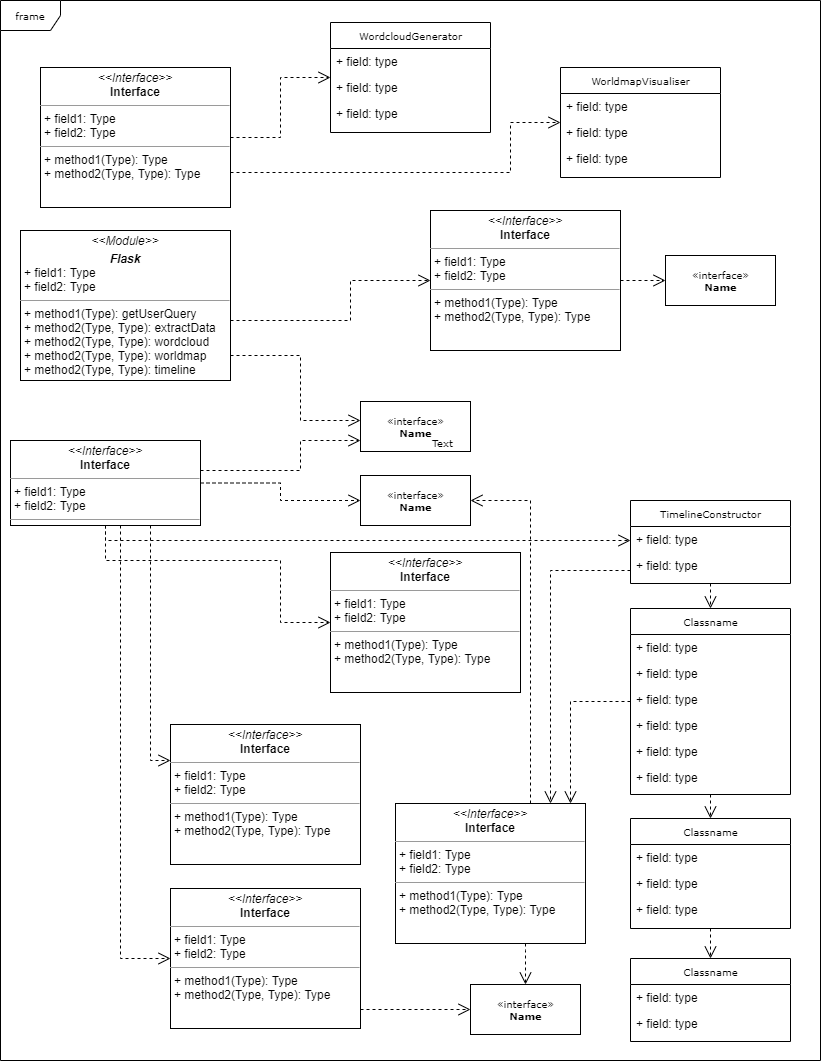
The draw.io diagram Documentation/Design/GIFT-UML-Diagram.png in John8790909/Generating-Infographics-from-Text, before a commit. Source tidied: cells renumbered, new cells last; positions are measured from the earlier drawing's top-left corner, leaving out a move shared by most shapes.
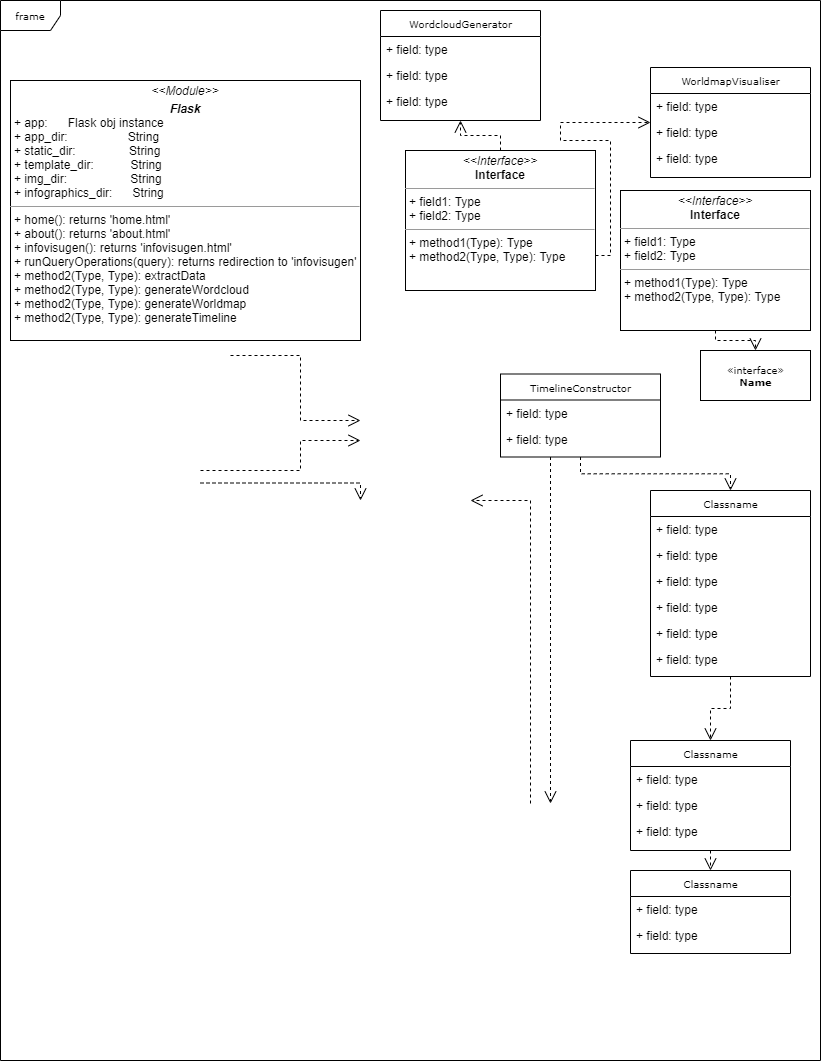
After the commit.

The edit, as a diff of the source:
```diff
@@ -7,9 +7,2 @@
     </mxCell>
-    <mxCell id="3" style="edgeStyle=orthogonalEdgeStyle;rounded=0;html=1;dashed=1;labelBackgroundColor=none;startFill=0;endArrow=open;endFill=0;endSize=10;fontFamily=Verdana;fontSize=10;" parent="1" edge="1" source="5" target="35">
-      <mxGeometry relative="1" as="geometry">
-        <Array as="points">
-          <mxPoint x="570" y="701" />
-        </Array>
-      </mxGeometry>
-    </mxCell>
     <mxCell id="4" style="edgeStyle=orthogonalEdgeStyle;rounded=0;html=1;dashed=1;labelBackgroundColor=none;startFill=0;endArrow=open;endFill=0;endSize=10;fontFamily=Verdana;fontSize=10;" parent="1" edge="1" source="5" target="24">
@@ -18,3 +11,3 @@
     <mxCell id="5" value="Classname" style="swimlane;html=1;fontStyle=0;horizontal=1;startSize=26;fillColor=none;swimlaneFillColor=#ffffff;rounded=0;shadow=0;comic=0;labelBackgroundColor=none;strokeWidth=1;fontFamily=Verdana;fontSize=10;align=center;" parent="1" vertex="1">
-      <mxGeometry x="630" y="608" width="160" height="186" as="geometry" />
+      <mxGeometry x="650" y="490" width="160" height="186" as="geometry" />
     </mxCell>
@@ -39,3 +32,3 @@
     <mxCell id="12" value="WordcloudGenerator" style="swimlane;html=1;fontStyle=0;horizontal=1;startSize=26;fillColor=none;swimlaneFillColor=#ffffff;rounded=0;shadow=0;comic=0;labelBackgroundColor=none;strokeWidth=1;fontFamily=Verdana;fontSize=10;align=center;" parent="1" vertex="1">
-      <mxGeometry x="330" y="22" width="160" height="110" as="geometry" />
+      <mxGeometry x="380" y="10" width="160" height="110" as="geometry" />
     </mxCell>
@@ -51,3 +44,3 @@
     <mxCell id="16" value="WorldmapVisualiser" style="swimlane;html=1;fontStyle=0;horizontal=1;startSize=26;fillColor=none;swimlaneFillColor=#ffffff;rounded=0;shadow=0;comic=0;labelBackgroundColor=none;strokeWidth=1;fontFamily=Verdana;fontSize=10;align=center;" parent="1" vertex="1">
-      <mxGeometry x="560" y="67" width="160" height="110" as="geometry" />
+      <mxGeometry x="650" y="67" width="160" height="110" as="geometry" />
     </mxCell>
@@ -63,3 +56,3 @@
     <mxCell id="20" value="Classname" style="swimlane;html=1;fontStyle=0;horizontal=1;startSize=26;fillColor=none;swimlaneFillColor=#ffffff;rounded=0;shadow=0;comic=0;labelBackgroundColor=none;strokeWidth=1;fontFamily=Verdana;fontSize=10;align=center;" parent="1" vertex="1">
-      <mxGeometry x="630" y="958" width="160" height="83" as="geometry" />
+      <mxGeometry x="630" y="870" width="160" height="83" as="geometry" />
     </mxCell>
@@ -75,3 +68,3 @@
     <mxCell id="24" value="Classname" style="swimlane;html=1;fontStyle=0;horizontal=1;startSize=26;fillColor=none;swimlaneFillColor=#ffffff;rounded=0;shadow=0;comic=0;labelBackgroundColor=none;strokeWidth=1;fontFamily=Verdana;fontSize=10;align=center;" parent="1" vertex="1">
-      <mxGeometry x="630" y="818" width="160" height="110" as="geometry" />
+      <mxGeometry x="630" y="740" width="160" height="110" as="geometry" />
     </mxCell>
@@ -90,3 +83,3 @@
     <mxCell id="29" value="TimelineConstructor" style="swimlane;html=1;fontStyle=0;horizontal=1;startSize=26;fillColor=none;swimlaneFillColor=#ffffff;rounded=0;shadow=0;comic=0;labelBackgroundColor=none;strokeWidth=1;fontFamily=Verdana;fontSize=10;align=center;" parent="1" vertex="1">
-      <mxGeometry x="630" y="500" width="160" height="83" as="geometry" />
+      <mxGeometry x="500" y="373.5" width="160" height="83" as="geometry" />
     </mxCell>
@@ -98,15 +91,6 @@
     </mxCell>
-    <mxCell id="32" value="&amp;laquo;interface&amp;raquo;&lt;br&gt;&lt;b&gt;Name&lt;/b&gt;" style="html=1;rounded=0;shadow=0;comic=0;labelBackgroundColor=none;strokeWidth=1;fontFamily=Verdana;fontSize=10;align=center;" parent="1" vertex="1">
-      <mxGeometry x="470" y="984" width="110" height="50" as="geometry" />
-    </mxCell>
-    <mxCell id="33" style="edgeStyle=orthogonalEdgeStyle;rounded=0;html=1;dashed=1;labelBackgroundColor=none;startFill=0;endArrow=open;endFill=0;endSize=10;fontFamily=Verdana;fontSize=10;" parent="1" edge="1" source="35" target="32">
-      <mxGeometry relative="1" as="geometry">
-        <Array as="points">
-          <mxPoint x="525" y="950" />
-          <mxPoint x="525" y="950" />
-        </Array>
-      </mxGeometry>
-    </mxCell>
-    <mxCell id="34" style="edgeStyle=orthogonalEdgeStyle;rounded=0;html=1;dashed=1;labelBackgroundColor=none;startFill=0;endArrow=open;endFill=0;endSize=10;fontFamily=Verdana;fontSize=10;" parent="1" edge="1" source="35" target="40">
+    <mxCell id="34" style="edgeStyle=orthogonalEdgeStyle;rounded=0;html=1;dashed=1;labelBackgroundColor=none;startFill=0;endArrow=open;endFill=0;endSize=10;fontFamily=Verdana;fontSize=10;" parent="1" edge="1">
       <mxGeometry relative="1" as="geometry">
+        <mxPoint x="530" y="803" as="sourcePoint" />
+        <mxPoint x="470" y="500" as="targetPoint" />
         <Array as="points">
@@ -116,28 +100,2 @@
     </mxCell>
-    <mxCell id="35" value="&lt;p style=&quot;margin:0px;margin-top:4px;text-align:center;&quot;&gt;&lt;i&gt;&amp;lt;&amp;lt;Interface&amp;gt;&amp;gt;&lt;/i&gt;&lt;br/&gt;&lt;b&gt;Interface&lt;/b&gt;&lt;/p&gt;&lt;hr size=&quot;1&quot;/&gt;&lt;p style=&quot;margin:0px;margin-left:4px;&quot;&gt;+ field1: Type&lt;br/&gt;+ field2: Type&lt;/p&gt;&lt;hr size=&quot;1&quot;/&gt;&lt;p style=&quot;margin:0px;margin-left:4px;&quot;&gt;+ method1(Type): Type&lt;br/&gt;+ method2(Type, Type): Type&lt;/p&gt;" style="verticalAlign=top;align=left;overflow=fill;fontSize=12;fontFamily=Helvetica;html=1;rounded=0;shadow=0;comic=0;labelBackgroundColor=none;strokeWidth=1;" parent="1" vertex="1">
-      <mxGeometry x="395" y="803" width="190" height="140" as="geometry" />
-    </mxCell>
-    <mxCell id="36" value="&lt;p style=&quot;margin:0px;margin-top:4px;text-align:center;&quot;&gt;&lt;i&gt;&amp;lt;&amp;lt;Interface&amp;gt;&amp;gt;&lt;/i&gt;&lt;br/&gt;&lt;b&gt;Interface&lt;/b&gt;&lt;/p&gt;&lt;hr size=&quot;1&quot;/&gt;&lt;p style=&quot;margin:0px;margin-left:4px;&quot;&gt;+ field1: Type&lt;br/&gt;+ field2: Type&lt;/p&gt;&lt;hr size=&quot;1&quot;/&gt;&lt;p style=&quot;margin:0px;margin-left:4px;&quot;&gt;+ method1(Type): Type&lt;br/&gt;+ method2(Type, Type): Type&lt;/p&gt;" style="verticalAlign=top;align=left;overflow=fill;fontSize=12;fontFamily=Helvetica;html=1;rounded=0;shadow=0;comic=0;labelBackgroundColor=none;strokeWidth=1;" parent="1" vertex="1">
-      <mxGeometry x="330" y="552" width="190" height="140" as="geometry" />
-    </mxCell>
-    <mxCell id="37" style="edgeStyle=orthogonalEdgeStyle;rounded=0;html=1;dashed=1;labelBackgroundColor=none;startFill=0;endArrow=open;endFill=0;endSize=10;fontFamily=Verdana;fontSize=10;" parent="1" edge="1" source="38" target="32">
-      <mxGeometry relative="1" as="geometry">
-        <Array as="points">
-          <mxPoint x="390" y="1009" />
-          <mxPoint x="390" y="1009" />
-        </Array>
-      </mxGeometry>
-    </mxCell>
-    <mxCell id="38" value="&lt;p style=&quot;margin:0px;margin-top:4px;text-align:center;&quot;&gt;&lt;i&gt;&amp;lt;&amp;lt;Interface&amp;gt;&amp;gt;&lt;/i&gt;&lt;br/&gt;&lt;b&gt;Interface&lt;/b&gt;&lt;/p&gt;&lt;hr size=&quot;1&quot;/&gt;&lt;p style=&quot;margin:0px;margin-left:4px;&quot;&gt;+ field1: Type&lt;br/&gt;+ field2: Type&lt;/p&gt;&lt;hr size=&quot;1&quot;/&gt;&lt;p style=&quot;margin:0px;margin-left:4px;&quot;&gt;+ method1(Type): Type&lt;br/&gt;+ method2(Type, Type): Type&lt;/p&gt;" style="verticalAlign=top;align=left;overflow=fill;fontSize=12;fontFamily=Helvetica;html=1;rounded=0;shadow=0;comic=0;labelBackgroundColor=none;strokeWidth=1;" parent="1" vertex="1">
-      <mxGeometry x="170" y="888" width="190" height="140" as="geometry" />
-    </mxCell>
-    <mxCell id="39" value="&lt;p style=&quot;margin:0px;margin-top:4px;text-align:center;&quot;&gt;&lt;i&gt;&amp;lt;&amp;lt;Interface&amp;gt;&amp;gt;&lt;/i&gt;&lt;br/&gt;&lt;b&gt;Interface&lt;/b&gt;&lt;/p&gt;&lt;hr size=&quot;1&quot;/&gt;&lt;p style=&quot;margin:0px;margin-left:4px;&quot;&gt;+ field1: Type&lt;br/&gt;+ field2: Type&lt;/p&gt;&lt;hr size=&quot;1&quot;/&gt;&lt;p style=&quot;margin:0px;margin-left:4px;&quot;&gt;+ method1(Type): Type&lt;br/&gt;+ method2(Type, Type): Type&lt;/p&gt;" style="verticalAlign=top;align=left;overflow=fill;fontSize=12;fontFamily=Helvetica;html=1;rounded=0;shadow=0;comic=0;labelBackgroundColor=none;strokeWidth=1;" parent="1" vertex="1">
-      <mxGeometry x="170" y="724" width="190" height="140" as="geometry" />
-    </mxCell>
-    <mxCell id="40" value="&amp;laquo;interface&amp;raquo;&lt;br&gt;&lt;b&gt;Name&lt;/b&gt;" style="html=1;rounded=0;shadow=0;comic=0;labelBackgroundColor=none;strokeWidth=1;fontFamily=Verdana;fontSize=10;align=center;" parent="1" vertex="1">
-      <mxGeometry x="360" y="475" width="110" height="50" as="geometry" />
-    </mxCell>
-    <mxCell id="41" value="&amp;laquo;interface&amp;raquo;&lt;br&gt;&lt;b&gt;Name&lt;/b&gt;" style="html=1;rounded=0;shadow=0;comic=0;labelBackgroundColor=none;strokeWidth=1;fontFamily=Verdana;fontSize=10;align=center;" parent="1" vertex="1">
-      <mxGeometry x="360" y="401" width="110" height="50" as="geometry" />
-    </mxCell>
     <mxCell id="42" style="edgeStyle=orthogonalEdgeStyle;rounded=0;html=1;dashed=1;labelBackgroundColor=none;startFill=0;endArrow=open;endFill=0;endSize=10;fontFamily=Verdana;fontSize=10;" parent="1" edge="1" source="43" target="45">
@@ -146,9 +104,6 @@
     <mxCell id="43" value="&lt;p style=&quot;margin:0px;margin-top:4px;text-align:center;&quot;&gt;&lt;i&gt;&amp;lt;&amp;lt;Interface&amp;gt;&amp;gt;&lt;/i&gt;&lt;br/&gt;&lt;b&gt;Interface&lt;/b&gt;&lt;/p&gt;&lt;hr size=&quot;1&quot;/&gt;&lt;p style=&quot;margin:0px;margin-left:4px;&quot;&gt;+ field1: Type&lt;br/&gt;+ field2: Type&lt;/p&gt;&lt;hr size=&quot;1&quot;/&gt;&lt;p style=&quot;margin:0px;margin-left:4px;&quot;&gt;+ method1(Type): Type&lt;br/&gt;+ method2(Type, Type): Type&lt;/p&gt;" style="verticalAlign=top;align=left;overflow=fill;fontSize=12;fontFamily=Helvetica;html=1;rounded=0;shadow=0;comic=0;labelBackgroundColor=none;strokeWidth=1;" parent="1" vertex="1">
-      <mxGeometry x="430" y="210" width="190" height="140" as="geometry" />
+      <mxGeometry x="620" y="190" width="190" height="140" as="geometry" />
     </mxCell>
-    <mxCell id="44" value="Text" style="text;html=1;align=left;verticalAlign=top;spacingTop=-4;fontSize=10;fontFamily=Verdana;fontColor=#000000;" parent="1" vertex="1">
-      <mxGeometry x="430" y="434" width="40" height="10" as="geometry" />
-    </mxCell>
     <mxCell id="45" value="&amp;laquo;interface&amp;raquo;&lt;br&gt;&lt;b&gt;Name&lt;/b&gt;" style="html=1;rounded=0;shadow=0;comic=0;labelBackgroundColor=none;strokeWidth=1;fontFamily=Verdana;fontSize=10;align=center;" parent="1" vertex="1">
-      <mxGeometry x="665" y="255" width="110" height="50" as="geometry" />
+      <mxGeometry x="700" y="350" width="110" height="50" as="geometry" />
     </mxCell>
@@ -160,4 +115,6 @@
         <Array as="points">
-          <mxPoint x="510" y="172" />
-          <mxPoint x="510" y="122" />
+          <mxPoint x="610" y="255" />
+          <mxPoint x="610" y="140" />
+          <mxPoint x="560" y="140" />
+          <mxPoint x="560" y="122" />
         </Array>
@@ -166,16 +123,8 @@
     <mxCell id="48" value="&lt;p style=&quot;margin:0px;margin-top:4px;text-align:center;&quot;&gt;&lt;i&gt;&amp;lt;&amp;lt;Interface&amp;gt;&amp;gt;&lt;/i&gt;&lt;br/&gt;&lt;b&gt;Interface&lt;/b&gt;&lt;/p&gt;&lt;hr size=&quot;1&quot;/&gt;&lt;p style=&quot;margin:0px;margin-left:4px;&quot;&gt;+ field1: Type&lt;br/&gt;+ field2: Type&lt;/p&gt;&lt;hr size=&quot;1&quot;/&gt;&lt;p style=&quot;margin:0px;margin-left:4px;&quot;&gt;+ method1(Type): Type&lt;br/&gt;+ method2(Type, Type): Type&lt;/p&gt;" style="verticalAlign=top;align=left;overflow=fill;fontSize=12;fontFamily=Helvetica;html=1;rounded=0;shadow=0;comic=0;labelBackgroundColor=none;strokeWidth=1;" parent="1" vertex="1">
-      <mxGeometry x="40" y="67" width="190" height="140" as="geometry" />
+      <mxGeometry x="405" y="150" width="190" height="140" as="geometry" />
     </mxCell>
-    <mxCell id="49" style="edgeStyle=orthogonalEdgeStyle;rounded=0;html=1;dashed=1;labelBackgroundColor=none;startFill=0;endArrow=open;endFill=0;endSize=10;fontFamily=Verdana;fontSize=10;" parent="1" edge="1" target="43">
-      <mxGeometry relative="1" as="geometry">
-        <mxPoint x="230" y="320" as="sourcePoint" />
-        <Array as="points">
-          <mxPoint x="350" y="320" />
-          <mxPoint x="350" y="280" />
-        </Array>
-      </mxGeometry>
-    </mxCell>
-    <mxCell id="50" style="edgeStyle=orthogonalEdgeStyle;rounded=0;html=1;exitX=1;exitY=0.75;dashed=1;labelBackgroundColor=none;startFill=0;endArrow=open;endFill=0;endSize=10;fontFamily=Verdana;fontSize=10;" parent="1" edge="1" target="41">
+    <mxCell id="50" style="edgeStyle=orthogonalEdgeStyle;rounded=0;html=1;exitX=1;exitY=0.75;dashed=1;labelBackgroundColor=none;startFill=0;endArrow=open;endFill=0;endSize=10;fontFamily=Verdana;fontSize=10;" parent="1" edge="1">
       <mxGeometry relative="1" as="geometry">
         <mxPoint x="230" y="355" as="sourcePoint" />
+        <mxPoint x="360" y="420" as="targetPoint" />
         <Array as="points">
@@ -186,4 +135,6 @@
     </mxCell>
-    <mxCell id="51" style="edgeStyle=orthogonalEdgeStyle;rounded=0;html=1;dashed=1;labelBackgroundColor=none;startFill=0;endArrow=open;endFill=0;endSize=10;fontFamily=Verdana;fontSize=10;" parent="1" edge="1" source="57" target="41">
+    <mxCell id="51" style="edgeStyle=orthogonalEdgeStyle;rounded=0;html=1;dashed=1;labelBackgroundColor=none;startFill=0;endArrow=open;endFill=0;endSize=10;fontFamily=Verdana;fontSize=10;" parent="1" edge="1">
       <mxGeometry relative="1" as="geometry">
+        <mxPoint x="200" y="470" as="sourcePoint" />
+        <mxPoint x="360" y="440" as="targetPoint" />
         <Array as="points">
@@ -194,40 +145,11 @@
     </mxCell>
-    <mxCell id="52" style="edgeStyle=orthogonalEdgeStyle;rounded=0;html=1;dashed=1;labelBackgroundColor=none;startFill=0;endArrow=open;endFill=0;endSize=10;fontFamily=Verdana;fontSize=10;" parent="1" edge="1" source="57" target="40">
-      <mxGeometry relative="1" as="geometry" />
+    <mxCell id="52" style="edgeStyle=orthogonalEdgeStyle;rounded=0;html=1;dashed=1;labelBackgroundColor=none;startFill=0;endArrow=open;endFill=0;endSize=10;fontFamily=Verdana;fontSize=10;" parent="1" edge="1">
+      <mxGeometry relative="1" as="geometry">
+        <mxPoint x="200" y="482.5" as="sourcePoint" />
+        <mxPoint x="360" y="500" as="targetPoint" />
+      </mxGeometry>
     </mxCell>
-    <mxCell id="53" style="edgeStyle=orthogonalEdgeStyle;rounded=0;html=1;dashed=1;labelBackgroundColor=none;startFill=0;endArrow=open;endFill=0;endSize=10;fontFamily=Verdana;fontSize=10;" parent="1" edge="1" source="57" target="36">
-      <mxGeometry relative="1" as="geometry">
-        <Array as="points">
-          <mxPoint x="280" y="560" />
-          <mxPoint x="280" y="622" />
-        </Array>
-      </mxGeometry>
-    </mxCell>
-    <mxCell id="54" style="edgeStyle=orthogonalEdgeStyle;rounded=0;html=1;dashed=1;labelBackgroundColor=none;startFill=0;endArrow=open;endFill=0;endSize=10;fontFamily=Verdana;fontSize=10;" parent="1" edge="1" source="57" target="29">
-      <mxGeometry relative="1" as="geometry">
-        <Array as="points">
-          <mxPoint x="330" y="540" />
-          <mxPoint x="330" y="540" />
-        </Array>
-      </mxGeometry>
-    </mxCell>
-    <mxCell id="55" style="edgeStyle=orthogonalEdgeStyle;rounded=0;html=1;dashed=1;labelBackgroundColor=none;startFill=0;endArrow=open;endFill=0;endSize=10;fontFamily=Verdana;fontSize=10;" parent="1" edge="1" source="57" target="39">
-      <mxGeometry relative="1" as="geometry">
-        <Array as="points">
-          <mxPoint x="150" y="760" />
-        </Array>
-      </mxGeometry>
-    </mxCell>
-    <mxCell id="56" style="edgeStyle=orthogonalEdgeStyle;rounded=0;html=1;dashed=1;labelBackgroundColor=none;startFill=0;endArrow=open;endFill=0;endSize=10;fontFamily=Verdana;fontSize=10;" parent="1" edge="1" source="57" target="38">
-      <mxGeometry relative="1" as="geometry">
-        <Array as="points">
-          <mxPoint x="120" y="958" />
-        </Array>
-      </mxGeometry>
-    </mxCell>
-    <mxCell id="57" value="&lt;p style=&quot;margin:0px;margin-top:4px;text-align:center;&quot;&gt;&lt;i&gt;&amp;lt;&amp;lt;Interface&amp;gt;&amp;gt;&lt;/i&gt;&lt;br/&gt;&lt;b&gt;Interface&lt;/b&gt;&lt;/p&gt;&lt;hr size=&quot;1&quot;/&gt;&lt;p style=&quot;margin:0px;margin-left:4px;&quot;&gt;+ field1: Type&lt;br/&gt;+ field2: Type&lt;/p&gt;&lt;hr size=&quot;1&quot;/&gt;&lt;p style=&quot;margin:0px;margin-left:4px;&quot;&gt;+ method1(Type): Type&lt;br/&gt;+ method2(Type, Type): Type&lt;/p&gt;" style="verticalAlign=top;align=left;overflow=fill;fontSize=12;fontFamily=Helvetica;html=1;rounded=0;shadow=0;comic=0;labelBackgroundColor=none;strokeWidth=1;" parent="1" vertex="1">
-      <mxGeometry x="10" y="440" width="190" height="85" as="geometry" />
-    </mxCell>
-    <mxCell id="58" style="edgeStyle=orthogonalEdgeStyle;rounded=0;html=1;dashed=1;labelBackgroundColor=none;startFill=0;endArrow=open;endFill=0;endSize=10;fontFamily=Verdana;fontSize=10;" parent="1" edge="1" source="29" target="35">
+    <mxCell id="58" style="edgeStyle=orthogonalEdgeStyle;rounded=0;html=1;dashed=1;labelBackgroundColor=none;startFill=0;endArrow=open;endFill=0;endSize=10;fontFamily=Verdana;fontSize=10;" parent="1" edge="1" source="29">
       <mxGeometry relative="1" as="geometry">
+        <mxPoint x="550" y="803" as="targetPoint" />
         <Array as="points">
@@ -237,4 +159,4 @@
     </mxCell>
-    <mxCell id="59" value="&lt;p style=&quot;margin: 0px ; margin-top: 4px ; text-align: center&quot;&gt;&lt;i&gt;&amp;lt;&amp;lt;Module&amp;gt;&amp;gt;&lt;/i&gt;&lt;/p&gt;&lt;p style=&quot;margin: 0px ; margin-top: 4px ; text-align: center&quot;&gt;&lt;i&gt;&lt;b&gt;Flask&lt;/b&gt;&lt;/i&gt;&lt;br&gt;&lt;/p&gt;&lt;p style=&quot;margin: 0px ; margin-left: 4px&quot;&gt;+ field1: Type&lt;br&gt;+ field2: Type&lt;/p&gt;&lt;hr size=&quot;1&quot;&gt;&lt;p style=&quot;margin: 0px ; margin-left: 4px&quot;&gt;+ method1(Type): getUserQuery&lt;br&gt;+ method2(Type, Type): extractData&lt;/p&gt;&lt;p style=&quot;margin: 0px ; margin-left: 4px&quot;&gt;+ method2(Type, Type): wordcloud&lt;/p&gt;&lt;p style=&quot;margin: 0px ; margin-left: 4px&quot;&gt;+ method2(Type, Type): worldmap&lt;/p&gt;&lt;p style=&quot;margin: 0px ; margin-left: 4px&quot;&gt;+ method2(Type, Type): timeline&lt;/p&gt;&lt;p style=&quot;margin: 0px ; margin-left: 4px&quot;&gt;&lt;br&gt;&lt;/p&gt;" style="verticalAlign=top;align=left;overflow=fill;fontSize=12;fontFamily=Helvetica;html=1;rounded=0;shadow=0;comic=0;labelBackgroundColor=none;strokeWidth=1;" parent="1" vertex="1">
-      <mxGeometry x="20" y="230" width="210" height="150" as="geometry" />
+    <mxCell id="59" value="&lt;p style=&quot;margin: 0px ; margin-top: 4px ; text-align: center&quot;&gt;&lt;i&gt;&amp;lt;&amp;lt;Module&amp;gt;&amp;gt;&lt;/i&gt;&lt;/p&gt;&lt;p style=&quot;margin: 0px ; margin-top: 4px ; text-align: center&quot;&gt;&lt;i&gt;&lt;b&gt;Flask&lt;/b&gt;&lt;/i&gt;&lt;br&gt;&lt;/p&gt;&lt;p style=&quot;margin: 0px ; margin-left: 4px&quot;&gt;+ app:&amp;nbsp; &amp;nbsp; &amp;nbsp; Flask obj instance&lt;br&gt;+ app_dir:&amp;nbsp; &amp;nbsp; &amp;nbsp; &amp;nbsp; &amp;nbsp; &amp;nbsp; &amp;nbsp; &amp;nbsp; &amp;nbsp; String&lt;/p&gt;&lt;p style=&quot;margin: 0px ; margin-left: 4px&quot;&gt;+ static_dir:&amp;nbsp; &amp;nbsp; &amp;nbsp; &amp;nbsp; &amp;nbsp; &amp;nbsp; &amp;nbsp; &amp;nbsp; String&lt;/p&gt;&lt;p style=&quot;margin: 0px ; margin-left: 4px&quot;&gt;+ template_dir:&amp;nbsp; &amp;nbsp; &amp;nbsp; &amp;nbsp; &amp;nbsp; &amp;nbsp;String&lt;/p&gt;&lt;p style=&quot;margin: 0px ; margin-left: 4px&quot;&gt;+ img_dir:&amp;nbsp; &amp;nbsp; &amp;nbsp; &amp;nbsp; &amp;nbsp; &amp;nbsp; &amp;nbsp; &amp;nbsp; &amp;nbsp; &amp;nbsp;String&lt;/p&gt;&lt;p style=&quot;margin: 0px ; margin-left: 4px&quot;&gt;+ infographics_dir:&amp;nbsp; &amp;nbsp; &amp;nbsp; String&lt;/p&gt;&lt;hr size=&quot;1&quot;&gt;&lt;p style=&quot;margin: 0px ; margin-left: 4px&quot;&gt;+ home(): returns 'home.html'&lt;/p&gt;&lt;p style=&quot;margin: 0px ; margin-left: 4px&quot;&gt;+ about(): returns 'about.html'&lt;/p&gt;&lt;p style=&quot;margin: 0px ; margin-left: 4px&quot;&gt;+ infovisugen(): returns 'infovisugen.html'&lt;/p&gt;&lt;p style=&quot;margin: 0px ; margin-left: 4px&quot;&gt;+ runQueryOperations(query): returns redirection to 'infovisugen'&lt;br&gt;+ method2(Type, Type): extractData&lt;/p&gt;&lt;p style=&quot;margin: 0px ; margin-left: 4px&quot;&gt;+ method2(Type, Type): generateWordcloud&lt;/p&gt;&lt;p style=&quot;margin: 0px ; margin-left: 4px&quot;&gt;+ method2(Type, Type): generateWorldmap&lt;/p&gt;&lt;p style=&quot;margin: 0px ; margin-left: 4px&quot;&gt;+ method2(Type, Type): generateTimeline&lt;/p&gt;&lt;p style=&quot;margin: 0px ; margin-left: 4px&quot;&gt;&lt;br&gt;&lt;/p&gt;" style="verticalAlign=top;align=left;overflow=fill;fontSize=12;fontFamily=Helvetica;html=1;rounded=0;shadow=0;comic=0;labelBackgroundColor=none;strokeWidth=1;" parent="1" vertex="1">
+      <mxGeometry x="10" y="80" width="350" height="260" as="geometry" />
     </mxCell>
```
